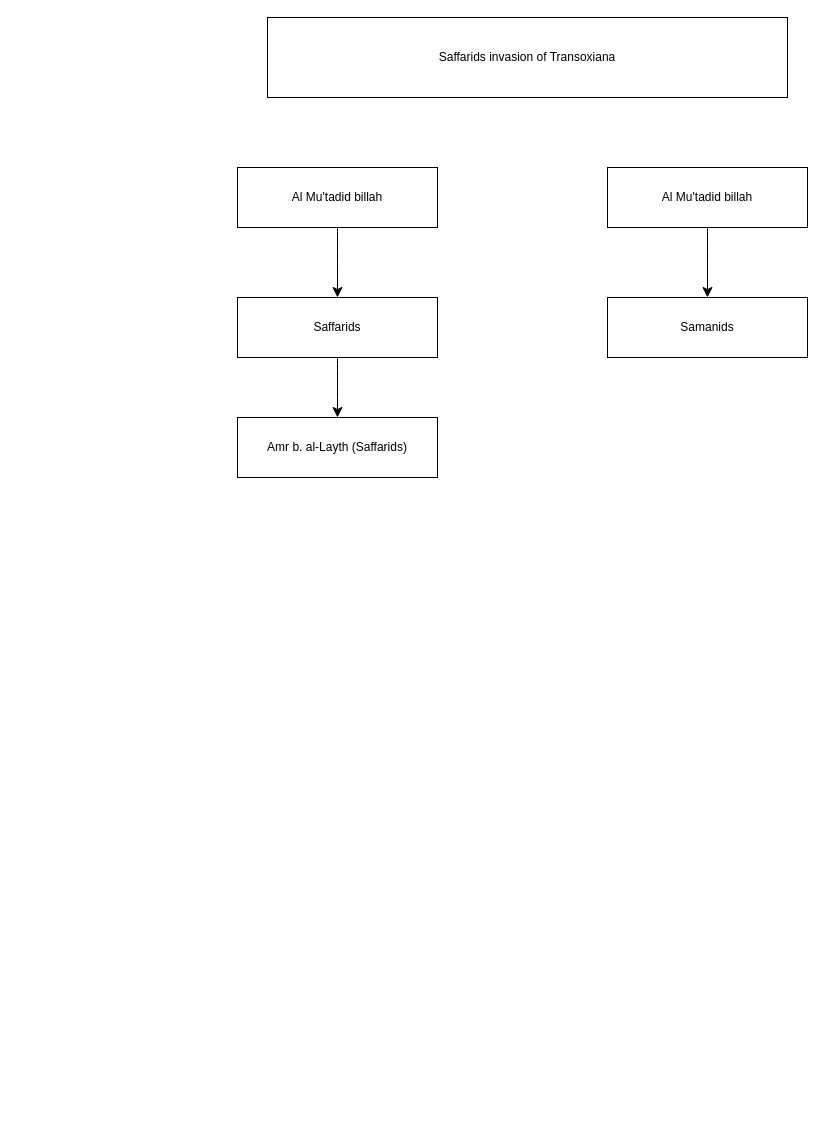
Above: page "Al Mu'tadid billah" (30 of 33) of Islam Groupings.drawio in azryzdy/hobbies (draw.io), before the change. Source tidied: cells renumbered, new cells numbered last; positions are measured from the earlier drawing's top-left corner, leaving out a move shared by most shapes. Both pictures are drawn from the tidied source at 100%, with x=0, y=0 at pixel (237, 17).
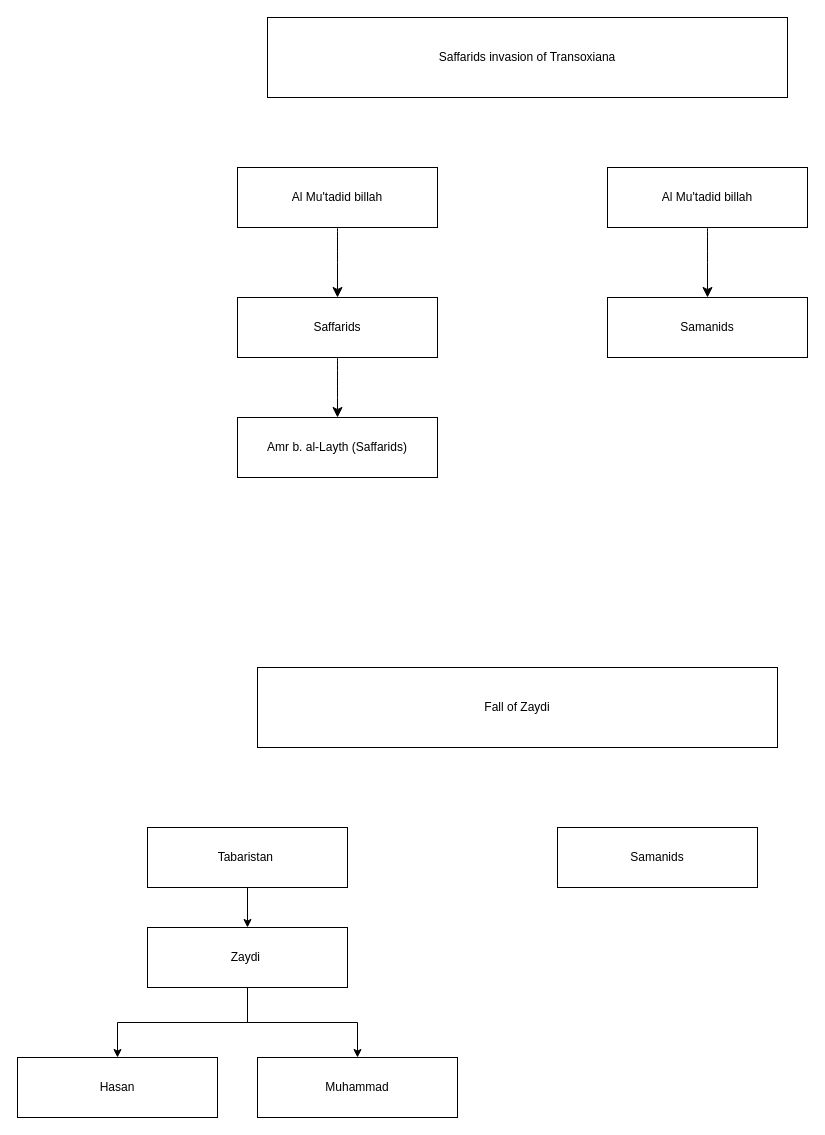
Above is the later version.

Change to the diagram source:
```diff
@@
 <mxGraphModel>
   <root>
     <mxCell id="0" />
     <mxCell id="1" parent="0" />
     <mxCell id="2" value="Saffarids invasion of Transoxiana" style="rounded=0;whiteSpace=wrap;html=1;" parent="1" vertex="1">
       <mxGeometry x="30" width="520" height="80" as="geometry" />
     </mxCell>
     <mxCell id="3" value="Amr b. al-Layth (Saffarids)" style="rounded=0;whiteSpace=wrap;html=1;" parent="1" vertex="1">
       <mxGeometry y="400" width="200" height="60" as="geometry" />
     </mxCell>
     <mxCell id="4" style="edgeStyle=none;curved=1;rounded=0;jettySize=auto;html=1;entryX=0.5;entryY=0;entryDx=0;entryDy=0;fontSize=12;startSize=8;endSize=8;" parent="1" edge="1" source="5" target="3">
       <mxGeometry relative="1" as="geometry" />
     </mxCell>
     <mxCell id="5" value="Saffarids" style="rounded=0;whiteSpace=wrap;html=1;" parent="1" vertex="1">
       <mxGeometry y="280" width="200" height="60" as="geometry" />
     </mxCell>
     <mxCell id="6" style="edgeStyle=none;curved=1;rounded=0;jettySize=auto;html=1;entryX=0.5;entryY=0;entryDx=0;entryDy=0;fontSize=12;startSize=8;endSize=8;" parent="1" edge="1" source="7" target="5">
       <mxGeometry relative="1" as="geometry" />
     </mxCell>
     <mxCell id="7" value="Al Mu'tadid billah" style="rounded=0;whiteSpace=wrap;html=1;" parent="1" vertex="1">
       <mxGeometry y="150" width="200" height="60" as="geometry" />
     </mxCell>
     <mxCell id="8" value="Samanids" style="rounded=0;whiteSpace=wrap;html=1;" parent="1" vertex="1">
       <mxGeometry x="370" y="280" width="200" height="60" as="geometry" />
     </mxCell>
     <mxCell id="9" style="edgeStyle=none;curved=1;rounded=0;jettySize=auto;html=1;entryX=0.5;entryY=0;entryDx=0;entryDy=0;fontSize=12;startSize=8;endSize=8;" parent="1" edge="1" source="10" target="8">
       <mxGeometry relative="1" as="geometry" />
     </mxCell>
     <mxCell id="10" value="Al Mu'tadid billah" style="rounded=0;whiteSpace=wrap;html=1;" parent="1" vertex="1">
       <mxGeometry x="370" y="150" width="200" height="60" as="geometry" />
     </mxCell>
+    <mxCell id="11" value="Fall of Zaydi" style="rounded=0;whiteSpace=wrap;html=1;" parent="1" vertex="1">
+      <mxGeometry x="20" y="650" width="520" height="80" as="geometry" />
+    </mxCell>
+    <mxCell id="12" value="Samanids" style="rounded=0;whiteSpace=wrap;html=1;" parent="1" vertex="1">
+      <mxGeometry x="320" y="810" width="200" height="60" as="geometry" />
+    </mxCell>
+    <mxCell id="13" style="edgeStyle=orthogonalEdgeStyle;rounded=0;jettySize=auto;html=1;entryX=0.5;entryY=0;entryDx=0;entryDy=0;" parent="1" edge="1" source="15" target="17">
+      <mxGeometry relative="1" as="geometry" />
+    </mxCell>
+    <mxCell id="14" style="edgeStyle=orthogonalEdgeStyle;rounded=0;jettySize=auto;html=1;entryX=0.5;entryY=0;entryDx=0;entryDy=0;" parent="1" edge="1" source="15" target="16">
+      <mxGeometry relative="1" as="geometry" />
+    </mxCell>
+    <mxCell id="15" value="Zaydi&amp;nbsp;" style="rounded=0;whiteSpace=wrap;html=1;" parent="1" vertex="1">
+      <mxGeometry x="-90" y="910" width="200" height="60" as="geometry" />
+    </mxCell>
+    <mxCell id="16" value="Hasan" style="rounded=0;whiteSpace=wrap;html=1;" parent="1" vertex="1">
+      <mxGeometry x="-220" y="1040" width="200" height="60" as="geometry" />
+    </mxCell>
+    <mxCell id="17" value="Muhammad" style="rounded=0;whiteSpace=wrap;html=1;" parent="1" vertex="1">
+      <mxGeometry x="20" y="1040" width="200" height="60" as="geometry" />
+    </mxCell>
+    <mxCell id="18" style="edgeStyle=orthogonalEdgeStyle;rounded=0;jettySize=auto;html=1;" parent="1" edge="1" source="19" target="15">
+      <mxGeometry relative="1" as="geometry" />
+    </mxCell>
+    <mxCell id="19" value="Tabaristan&amp;nbsp;" style="rounded=0;whiteSpace=wrap;html=1;" parent="1" vertex="1">
+      <mxGeometry x="-90" y="810" width="200" height="60" as="geometry" />
+    </mxCell>
   </root>
 </mxGraphModel>
```
